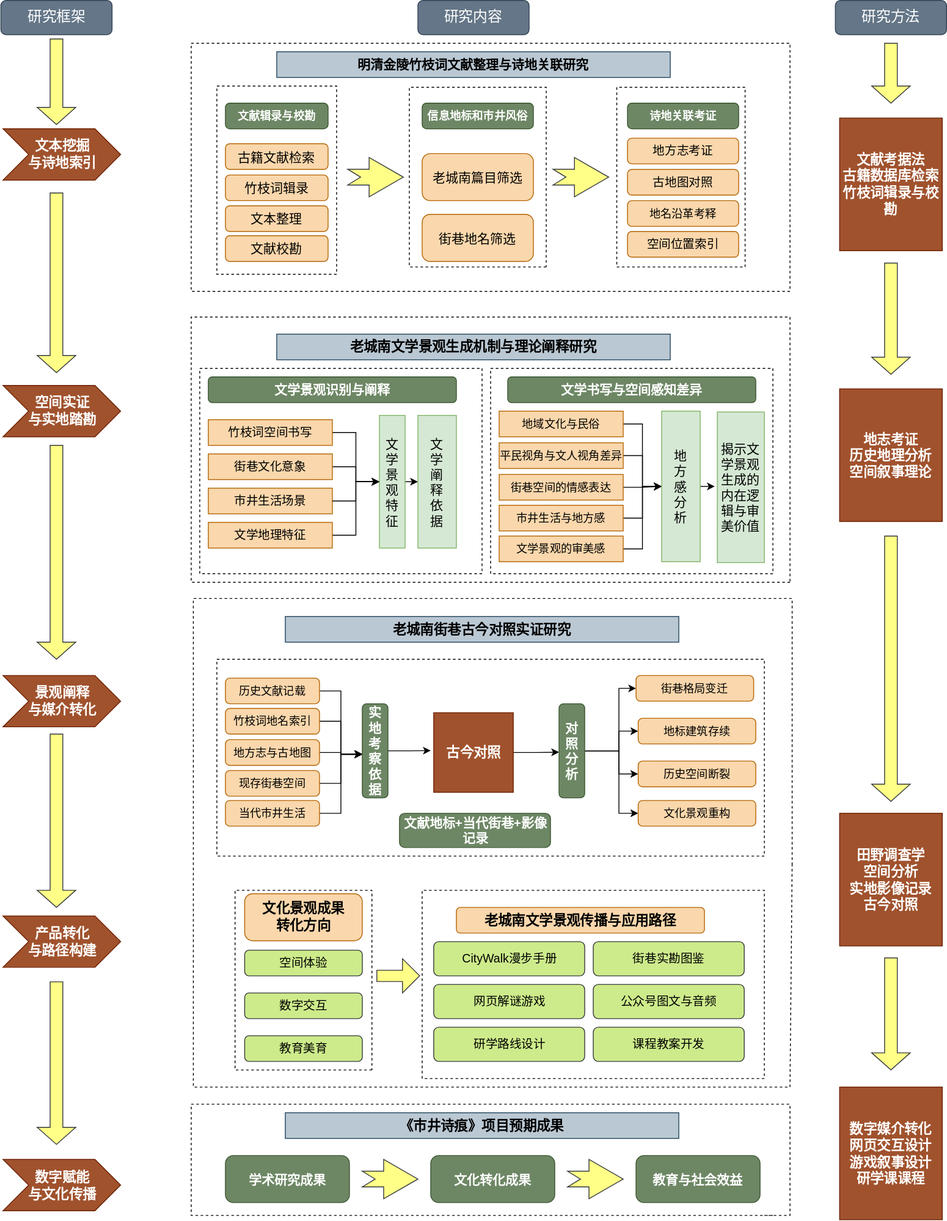
Above: 1.drawio.svg in shuxilin06/ToMyLife2.0 (draw.io), before the change. Source tidied: cells renumbered, new cells last; positions are measured from the earlier drawing's top-left corner, leaving out a move shared by most shapes.
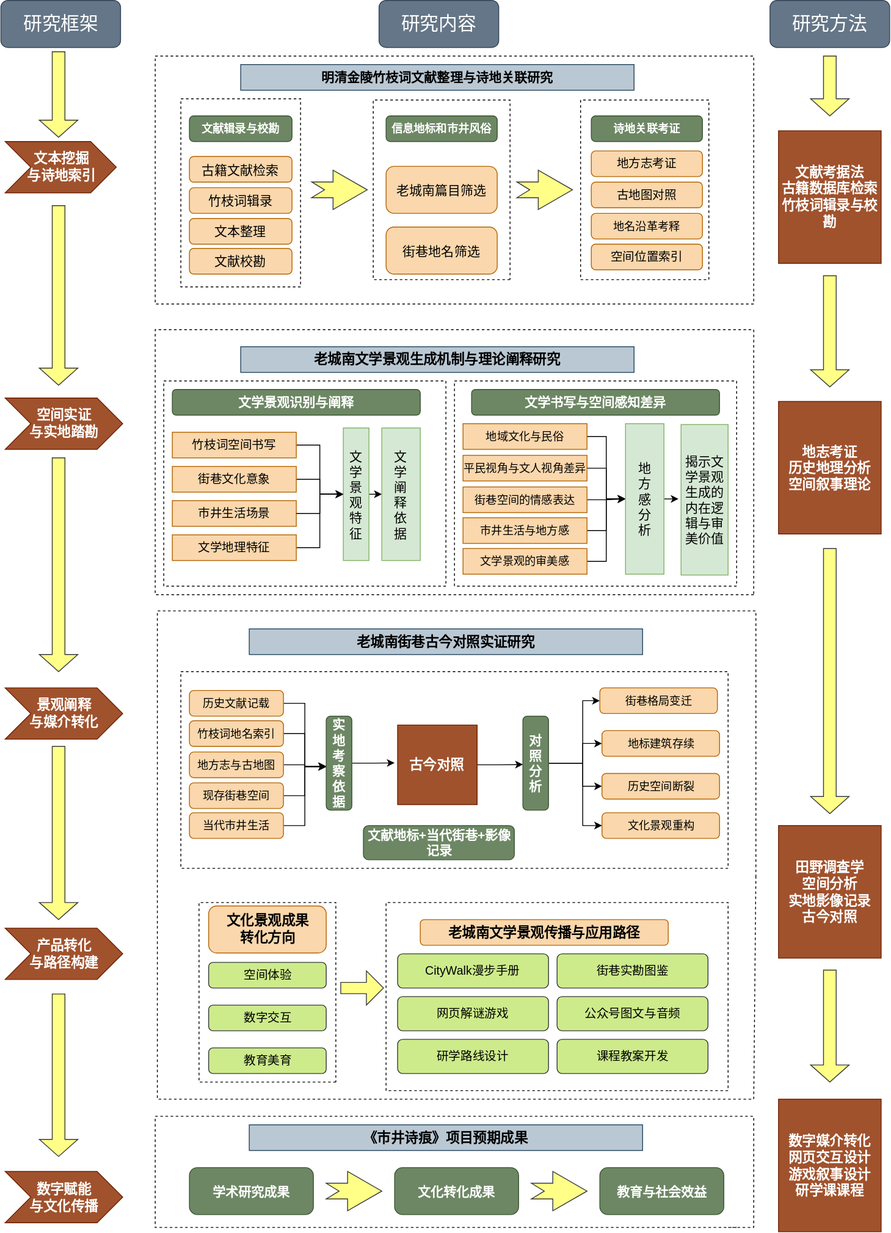
After the commit.

The edit, as a diff of the source:
```diff
@@ -2,14 +2,14 @@
   <root>
     <mxCell id="0" />
     <mxCell id="1" parent="0" />
-    <mxCell id="2" value="&lt;font style=&quot;font-size: 17px;&quot;&gt;研究框架&lt;/font&gt;" style="rounded=1;whiteSpace=wrap;html=1;roundedPerimeter=1;fillColor=#647687;fontColor=#ffffff;strokeColor=#314354;" parent="1" vertex="1">
-      <mxGeometry x="-0.5" width="130" height="40" as="geometry" />
+    <mxCell id="2" value="&lt;font style=&quot;font-size: 22px;&quot;&gt;研究框架&lt;/font&gt;" style="rounded=1;whiteSpace=wrap;html=1;roundedPerimeter=1;fillColor=#647687;fontColor=#ffffff;strokeColor=#314354;fontSize=17;" parent="1" vertex="1">
+      <mxGeometry x="41.5" y="-15" width="140" height="55" as="geometry" />
     </mxCell>
-    <mxCell id="3" value="&lt;font style=&quot;font-size: 17px;&quot;&gt;研究内容&lt;/font&gt;" style="rounded=1;whiteSpace=wrap;html=1;roundedPerimeter=1;fillColor=#647687;strokeColor=#314354;fontColor=#ffffff;" parent="1" vertex="1">
-      <mxGeometry x="487" width="130" height="40" as="geometry" />
+    <mxCell id="3" value="&lt;font style=&quot;font-size: 22px;&quot;&gt;研究内容&lt;/font&gt;" style="rounded=1;whiteSpace=wrap;html=1;roundedPerimeter=1;fillColor=#647687;strokeColor=#314354;fontColor=#ffffff;fontSize=17;" parent="1" vertex="1">
+      <mxGeometry x="483.8" y="-15" width="140" height="55" as="geometry" />
     </mxCell>
-    <mxCell id="4" value="&lt;font style=&quot;font-size: 17px;&quot;&gt;研究方法&lt;/font&gt;" style="rounded=1;whiteSpace=wrap;html=1;roundedPerimeter=1;fillColor=#647687;fontColor=#ffffff;strokeColor=#314354;" parent="1" vertex="1">
-      <mxGeometry x="975" width="130" height="40" as="geometry" />
+    <mxCell id="4" value="&lt;font style=&quot;font-size: 22px;&quot;&gt;研究方法&lt;/font&gt;" style="rounded=1;whiteSpace=wrap;html=1;roundedPerimeter=1;fillColor=#647687;fontColor=#ffffff;strokeColor=#314354;fontSize=17;" parent="1" vertex="1">
+      <mxGeometry x="941" y="-15" width="140" height="55" as="geometry" />
     </mxCell>
     <mxCell id="5" value="&lt;font style=&quot;font-size: 15px;&quot;&gt;明清金陵竹枝词文献整理与诗地关联研究&lt;/font&gt;" style="rounded=0;whiteSpace=wrap;html=1;fontStyle=1;fillColor=#bac8d3;strokeColor=#23445d;" parent="1" vertex="1">
       <mxGeometry x="322" y="60" width="460" height="30" as="geometry" />
@@ -277,19 +277,19 @@
       <mxGeometry x="742" y="1350" width="145" height="55" as="geometry" />
     </mxCell>
     <mxCell id="85" value="文本挖掘&lt;div&gt;与诗地索引&lt;/div&gt;" style="html=1;shadow=0;dashed=0;align=center;verticalAlign=middle;shape=mxgraph.arrows2.arrow;dy=0;dx=30;notch=30;fillColor=#a0522d;fontColor=#ffffff;strokeColor=#6D1F00;fontStyle=1;fontSize=16;" parent="1" vertex="1">
-      <mxGeometry x="2" y="150" width="137.5" height="60" as="geometry" />
+      <mxGeometry x="46.5" y="150" width="130" height="60" as="geometry" />
     </mxCell>
     <mxCell id="86" value="空间实证&lt;div&gt;与实地踏勘&lt;/div&gt;" style="html=1;shadow=0;dashed=0;align=center;verticalAlign=middle;shape=mxgraph.arrows2.arrow;dy=0;dx=30;notch=30;fillColor=#a0522d;fontColor=#ffffff;strokeColor=#6D1F00;fontStyle=1;fontSize=16;" parent="1" vertex="1">
-      <mxGeometry x="2" y="450" width="137.5" height="60" as="geometry" />
+      <mxGeometry x="46.5" y="450" width="137.5" height="60" as="geometry" />
     </mxCell>
     <mxCell id="87" value="&lt;div&gt;景观阐释&lt;/div&gt;&lt;div&gt;与媒介转化&lt;/div&gt;" style="html=1;shadow=0;dashed=0;align=center;verticalAlign=middle;shape=mxgraph.arrows2.arrow;dy=0;dx=30;notch=30;fillColor=#a0522d;fontColor=#ffffff;strokeColor=#6D1F00;fontStyle=1;fontSize=16;" parent="1" vertex="1">
-      <mxGeometry x="2" y="789" width="137.5" height="60" as="geometry" />
+      <mxGeometry x="46.5" y="789" width="137.5" height="60" as="geometry" />
     </mxCell>
     <mxCell id="88" value="&lt;div&gt;产品转化&lt;/div&gt;&lt;div&gt;与路径构建&lt;/div&gt;" style="html=1;shadow=0;dashed=0;align=center;verticalAlign=middle;shape=mxgraph.arrows2.arrow;dy=0;dx=30;notch=30;fillColor=#a0522d;fontColor=#ffffff;strokeColor=#6D1F00;fontStyle=1;fontSize=16;" parent="1" vertex="1">
-      <mxGeometry x="2" y="1070" width="137.5" height="60" as="geometry" />
+      <mxGeometry x="46.5" y="1070" width="137.5" height="60" as="geometry" />
     </mxCell>
     <mxCell id="89" value="数字赋能&lt;div&gt;与文化传播&lt;/div&gt;" style="html=1;shadow=0;dashed=0;align=center;verticalAlign=middle;shape=mxgraph.arrows2.arrow;dy=0;dx=30;notch=30;fillColor=#a0522d;fontColor=#ffffff;strokeColor=#6D1F00;fontStyle=1;fontSize=16;" parent="1" vertex="1">
-      <mxGeometry x="2" y="1354.5" width="137.5" height="60" as="geometry" />
+      <mxGeometry x="46.5" y="1354.5" width="137.5" height="60" as="geometry" />
     </mxCell>
     <mxCell id="90" style="endArrow=none;dashed=1;html=1;rounded=0;defaultLabelBackgroundColor=page;" parent="1" edge="1">
       <mxGeometry x="0.05" relative="1" as="geometry">
@@ -455,46 +455,46 @@
       <mxGeometry x="662" y="1354.5" width="65" height="46" as="geometry" />
     </mxCell>
     <mxCell id="107" style="html=1;shadow=0;dashed=0;align=center;verticalAlign=middle;shape=mxgraph.arrows2.arrow;dy=0.67;dx=20;notch=0;direction=south;fillColor=#ffff88;strokeColor=#36393d;" parent="1" vertex="1">
-      <mxGeometry x="42" y="45" width="45" height="100" as="geometry" />
+      <mxGeometry x="86.5" y="45" width="45" height="100" as="geometry" />
     </mxCell>
     <mxCell id="108" style="html=1;shadow=0;dashed=0;align=center;verticalAlign=middle;shape=mxgraph.arrows2.arrow;dy=0.67;dx=20;notch=0;direction=south;fillColor=#ffff88;strokeColor=#36393d;" parent="1" vertex="1">
-      <mxGeometry x="42" y="225" width="45" height="210" as="geometry" />
+      <mxGeometry x="86.5" y="225" width="45" height="210" as="geometry" />
     </mxCell>
     <mxCell id="109" style="html=1;shadow=0;dashed=0;align=center;verticalAlign=middle;shape=mxgraph.arrows2.arrow;dy=0.67;dx=20;notch=0;direction=south;fillColor=#ffff88;strokeColor=#36393d;" parent="1" vertex="1">
-      <mxGeometry x="42" y="520" width="45" height="250" as="geometry" />
+      <mxGeometry x="86.5" y="520" width="45" height="250" as="geometry" />
     </mxCell>
     <mxCell id="110" style="html=1;shadow=0;dashed=0;align=center;verticalAlign=middle;shape=mxgraph.arrows2.arrow;dy=0.67;dx=20;notch=0;direction=south;fillColor=#ffff88;strokeColor=#36393d;" parent="1" vertex="1">
-      <mxGeometry x="42" y="857.5" width="45" height="202.5" as="geometry" />
+      <mxGeometry x="86.5" y="857.5" width="45" height="202.5" as="geometry" />
     </mxCell>
     <mxCell id="111" style="html=1;shadow=0;dashed=0;align=center;verticalAlign=middle;shape=mxgraph.arrows2.arrow;dy=0.67;dx=20;notch=0;direction=south;fillColor=#ffff88;strokeColor=#36393d;" parent="1" vertex="1">
-      <mxGeometry x="42" y="1147" width="45" height="190" as="geometry" />
+      <mxGeometry x="86.5" y="1147" width="45" height="190" as="geometry" />
     </mxCell>
     <mxCell id="112" style="html=1;shadow=0;dashed=0;align=center;verticalAlign=middle;shape=mxgraph.arrows2.arrow;dy=0.67;dx=20;notch=0;direction=south;fillColor=#ffff88;strokeColor=#36393d;" parent="1" vertex="1">
-      <mxGeometry x="1017.5" y="50" width="45" height="70" as="geometry" />
+      <mxGeometry x="988.5" y="50" width="45" height="70" as="geometry" />
     </mxCell>
     <mxCell id="113" style="html=1;shadow=0;dashed=0;align=center;verticalAlign=middle;shape=mxgraph.arrows2.arrow;dy=0.67;dx=20;notch=0;direction=south;fillColor=#ffff88;strokeColor=#36393d;" parent="1" vertex="1">
-      <mxGeometry x="1017.5" y="307" width="45" height="130" as="geometry" />
+      <mxGeometry x="988.5" y="307" width="45" height="130" as="geometry" />
     </mxCell>
     <mxCell id="114" style="html=1;shadow=0;dashed=0;align=center;verticalAlign=middle;shape=mxgraph.arrows2.arrow;dy=0.67;dx=20;notch=0;direction=south;fillColor=#ffff88;strokeColor=#36393d;" parent="1" vertex="1">
-      <mxGeometry x="1017.5" y="626" width="45" height="310" as="geometry" />
+      <mxGeometry x="988.5" y="626" width="45" height="310" as="geometry" />
     </mxCell>
     <mxCell id="115" style="html=1;shadow=0;dashed=0;align=center;verticalAlign=middle;shape=mxgraph.arrows2.arrow;dy=0.67;dx=20;notch=0;direction=south;fillColor=#ffff88;strokeColor=#36393d;" parent="1" vertex="1">
-      <mxGeometry x="1017.5" y="1119" width="45" height="131" as="geometry" />
+      <mxGeometry x="988.5" y="1119" width="45" height="131" as="geometry" />
     </mxCell>
     <mxCell id="116" value="地名沿革考释" style="rounded=1;whiteSpace=wrap;html=1;roundedPerimeter=1;arcSize=17;direction=west;fontSize=13;fillColor=#fad7ac;strokeColor=#b46504;" parent="1" vertex="1">
       <mxGeometry x="732" y="234" width="130" height="30" as="geometry" />
     </mxCell>
     <mxCell id="117" value="文献考据法&lt;div&gt;古籍数据库检索&lt;/div&gt;&lt;div&gt;竹枝词辑录与校勘&lt;/div&gt;" style="rounded=0;whiteSpace=wrap;html=1;fillColor=#a0522d;fontColor=#ffffff;strokeColor=#6D1F00;fontStyle=1;fontSize=16;" parent="1" vertex="1">
-      <mxGeometry x="980" y="137.5" width="120" height="155" as="geometry" />
+      <mxGeometry x="951" y="137.5" width="120" height="155" as="geometry" />
     </mxCell>
     <mxCell id="118" value="地志考证&lt;div&gt;历史地理分析&lt;div&gt;空间叙事理论&lt;/div&gt;&lt;/div&gt;" style="rounded=0;whiteSpace=wrap;html=1;fillColor=#a0522d;strokeColor=#6D1F00;fontColor=#ffffff;fontStyle=1;fontSize=16;" parent="1" vertex="1">
-      <mxGeometry x="980" y="454" width="120" height="155" as="geometry" />
+      <mxGeometry x="951" y="454" width="120" height="155" as="geometry" />
     </mxCell>
     <mxCell id="119" value="田野调查学&lt;div&gt;空间分析&lt;/div&gt;&lt;div&gt;&lt;div&gt;实地影像记录&lt;/div&gt;&lt;/div&gt;&lt;div&gt;古今对照&lt;/div&gt;" style="rounded=0;whiteSpace=wrap;html=1;fillColor=#a0522d;fontColor=#ffffff;strokeColor=#6D1F00;fontStyle=1;fontSize=16;" parent="1" vertex="1">
-      <mxGeometry x="980" y="950" width="120" height="155" as="geometry" />
+      <mxGeometry x="951" y="950" width="120" height="155" as="geometry" />
     </mxCell>
     <mxCell id="120" value="数字媒介转化&lt;br&gt;&lt;div&gt;网页交互设计&lt;/div&gt;&lt;div&gt;游戏叙事设计&lt;/div&gt;&lt;div&gt;研学课课程&lt;/div&gt;" style="rounded=0;whiteSpace=wrap;html=1;fillColor=#a0522d;fontColor=#ffffff;strokeColor=#6D1F00;fontStyle=1;fontSize=16;" parent="1" vertex="1">
-      <mxGeometry x="980" y="1270" width="120" height="155" as="geometry" />
+      <mxGeometry x="951" y="1270" width="120" height="155" as="geometry" />
     </mxCell>
     <mxCell id="121" style="edgeStyle=orthogonalEdgeStyle;rounded=0;jettySize=auto;html=1;exitX=1;exitY=0.5;exitDx=0;exitDy=0;entryX=0.5;entryY=1;entryDx=0;entryDy=0;defaultLabelBackgroundColor=page;" parent="1" edge="1" source="26" target="30">
       <mxGeometry x="-0.02" relative="1" as="geometry" />
```
